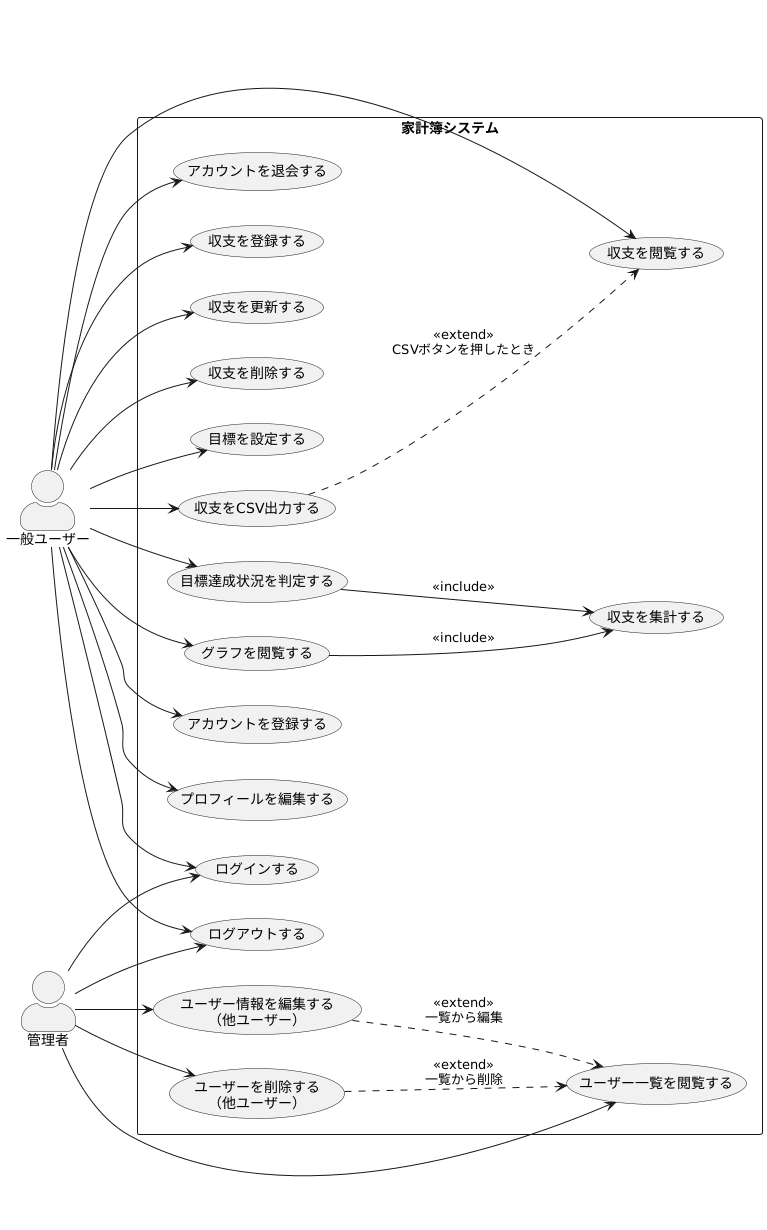
momoka-goi/momoka-goi-educure-app keeps this PlantUML diagram as 家計簿アプリユースケース図.png. Above is the earlier version.
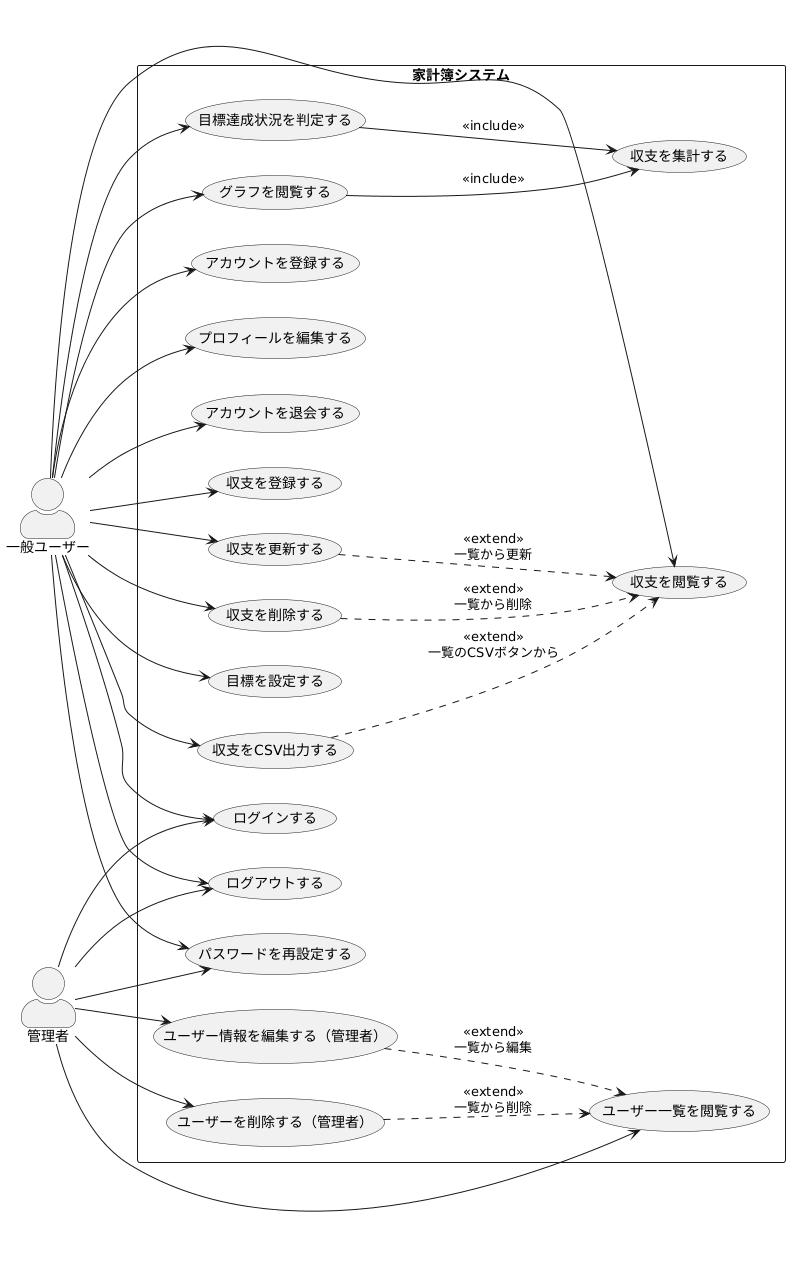
Later version of the same file.

The edit, as a diff of the source:
```diff
@@ -10,8 +10,10 @@
   usecase "アカウントを登録する" as UC_SignUp
   usecase "ログインする" as UC_Login
   usecase "ログアウトする" as UC_Logout
+  usecase "パスワードを再設定する" as UC_ResetPw
 
   usecase "プロフィールを編集する" as UC_EditProfileSelf
+
   usecase "アカウントを退会する" as UC_Withdraw
 
   usecase "収支を登録する" as UC_AddTx
@@ -19,40 +21,42 @@
   usecase "収支を削除する" as UC_DeleteTx
   usecase "収支を閲覧する" as UC_ViewTx
   usecase "収支を集計する" as UC_Aggregate
-
   usecase "目標を設定する" as UC_SetGoal
   usecase "目標達成状況を判定する" as UC_JudgeGoal
   usecase "グラフを閲覧する" as UC_ViewGraph
-
   usecase "収支をCSV出力する" as UC_ExportCSV
 
   usecase "ユーザー一覧を閲覧する" as UC_ViewUsers
-  usecase "ユーザー情報を編集する\n（他ユーザー）" as UC_EditUserByAdmin
-  usecase "ユーザーを削除する\n（他ユーザー）" as UC_DeleteUserByAdmin
+  usecase "ユーザー情報を編集する（管理者）" as UC_EditUserByAdmin
+  usecase "ユーザーを削除する（管理者）" as UC_DeleteUserByAdmin
 }
 
-UC_ViewGraph --> UC_Aggregate : <<include>>
-UC_JudgeGoal --> UC_Aggregate : <<include>>
-UC_ExportCSV ..> UC_ViewTx : <<extend>>\nCSVボタンを押したとき
+UC_ViewGraph  --> UC_Aggregate : <<include>>
+UC_JudgeGoal  --> UC_Aggregate : <<include>>
+UC_ExportCSV  ..> UC_ViewTx    : <<extend>>\n一覧のCSVボタンから
+UC_UpdateTx   ..> UC_ViewTx    : <<extend>>\n一覧から更新
+UC_DeleteTx   ..> UC_ViewTx    : <<extend>>\n一覧から削除
 UC_EditUserByAdmin ..> UC_ViewUsers : <<extend>>\n一覧から編集
 UC_DeleteUserByAdmin ..> UC_ViewUsers : <<extend>>\n一覧から削除
 
-User --> UC_SignUp
-User --> UC_Login
-User --> UC_Logout
-User --> UC_EditProfileSelf
-User --> UC_Withdraw
-User --> UC_AddTx
-User --> UC_UpdateTx
-User --> UC_DeleteTx
-User --> UC_ViewTx
-User --> UC_SetGoal
-User --> UC_JudgeGoal
-User --> UC_ViewGraph
-User --> UC_ExportCSV
+User  --> UC_SignUp
+User  --> UC_Login
+User  --> UC_Logout
+User  --> UC_ResetPw
+User  --> UC_EditProfileSelf
+User  --> UC_Withdraw
+User  --> UC_AddTx
+User  --> UC_UpdateTx
+User  --> UC_DeleteTx
+User  --> UC_ViewTx
+User  --> UC_SetGoal
+User  --> UC_JudgeGoal
+User  --> UC_ViewGraph
+User  --> UC_ExportCSV
 
 Admin --> UC_Login
 Admin --> UC_Logout
+Admin --> UC_ResetPw
 Admin --> UC_ViewUsers
 Admin --> UC_EditUserByAdmin
 Admin --> UC_DeleteUserByAdmin
```
